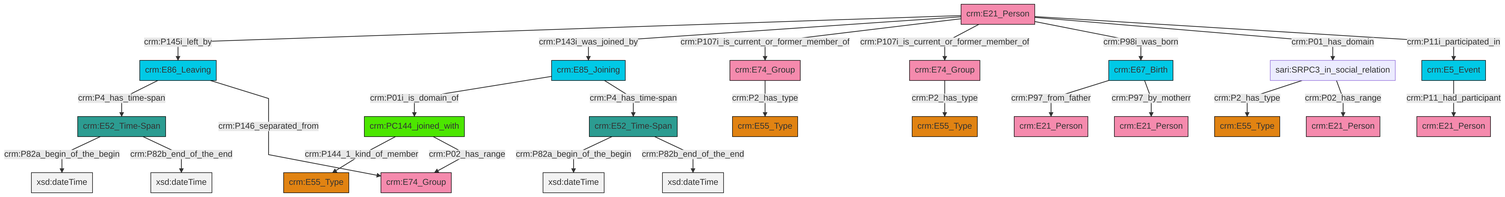
Before: et/personCSV/ttl/mmd/png/Person_Actor_Relations.png, a diagram exported from Mermaid (swiss-art-research-net/docs.swissartresearch). Its source is kept beside it as et/personCSV/ttl/mmd/Person_Actor_Relations.ttl.mmd.
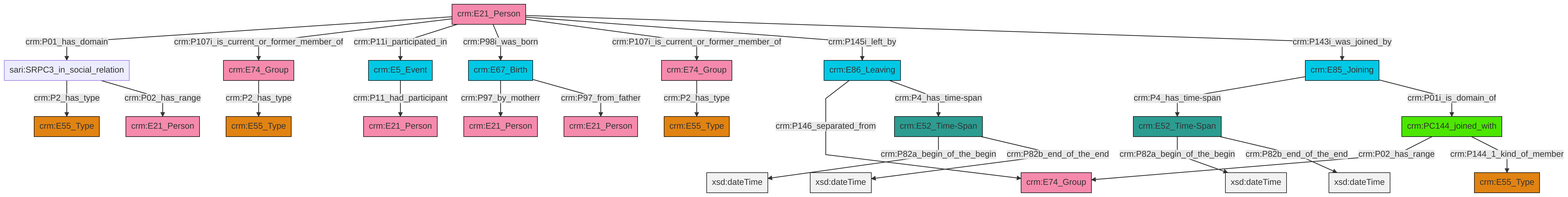
Later version of the same file.

What changed in the source:
```diff
@@ -13,27 +13,27 @@
 classDef PC_Classes fill:#4ce600, stroke:#000000;
 classDef Multi fill:#cccccc,stroke:#000000;
 
-4["crm:E74_Group"]:::Actor -->|crm:P2_has_type| 5["crm:E55_Type"]:::Type
-6["crm:E86_Leaving"]:::Temporal_Entity -->|crm:P4_has_time-span| 7["crm:E52_Time-Span"]:::Time-Span
-10["crm:E67_Birth"]:::Temporal_Entity -->|crm:P97_from_father| 11["crm:E21_Person"]:::Actor
-14["crm:E21_Person"]:::Actor -->|crm:P145i_left_by| 6["crm:E86_Leaving"]:::Temporal_Entity
-15["crm:E85_Joining"]:::Temporal_Entity -->|crm:P01i_is_domain_of| 2["crm:PC144_joined_with"]:::PC_Classes
-14["crm:E21_Person"]:::Actor -->|crm:P143i_was_joined_by| 15["crm:E85_Joining"]:::Temporal_Entity
-15["crm:E85_Joining"]:::Temporal_Entity -->|crm:P4_has_time-span| 17["crm:E52_Time-Span"]:::Time-Span
-21["crm:E5_Event"]:::Temporal_Entity -->|crm:P11_had_participant| 0["crm:E21_Person"]:::Actor
-14["crm:E21_Person"]:::Actor -->|crm:P107i_is_current_or_former_member_of| 22["crm:E74_Group"]:::Actor
-17["crm:E52_Time-Span"]:::Time-Span -->|crm:P82a_begin_of_the_begin| 23[xsd:dateTime]:::Literal
-2["crm:PC144_joined_with"]:::PC_Classes -->|crm:P144_1_kind_of_member| 18["crm:E55_Type"]:::Type
-14["crm:E21_Person"]:::Actor -->|crm:P107i_is_current_or_former_member_of| 4["crm:E74_Group"]:::Actor
-14["crm:E21_Person"]:::Actor -->|crm:P98i_was_born| 10["crm:E67_Birth"]:::Temporal_Entity
-7["crm:E52_Time-Span"]:::Time-Span -->|crm:P82a_begin_of_the_begin| 33[xsd:dateTime]:::Literal
-31["sari:SRPC3_in_social_relation"]:::Default -->|crm:P2_has_type| 29["crm:E55_Type"]:::Type
-7["crm:E52_Time-Span"]:::Time-Span -->|crm:P82b_end_of_the_end| 39[xsd:dateTime]:::Literal
-2["crm:PC144_joined_with"]:::PC_Classes -->|crm:P02_has_range| 24["crm:E74_Group"]:::Actor
-31["sari:SRPC3_in_social_relation"]:::Default -->|crm:P02_has_range| 40["crm:E21_Person"]:::Actor
-10["crm:E67_Birth"]:::Temporal_Entity -->|crm:P97_by_motherr| 8["crm:E21_Person"]:::Actor
-14["crm:E21_Person"]:::Actor -->|crm:P01_has_domain| 31["sari:SRPC3_in_social_relation"]:::Default
-22["crm:E74_Group"]:::Actor -->|crm:P2_has_type| 12["crm:E55_Type"]:::Type
-6["crm:E86_Leaving"]:::Temporal_Entity -->|crm:P146_separated_from| 24["crm:E74_Group"]:::Actor
-17["crm:E52_Time-Span"]:::Time-Span -->|crm:P82b_end_of_the_end| 43[xsd:dateTime]:::Literal
-14["crm:E21_Person"]:::Actor -->|crm:P11i_participated_in| 21["crm:E5_Event"]:::Temporal_Entity
+2["crm:E74_Group"]:::Actor -->|crm:P2_has_type| 6["crm:E55_Type"]:::Type
+7["crm:E21_Person"]:::Actor -->|crm:P01_has_domain| 8["sari:SRPC3_in_social_relation"]:::Default
+9["crm:E86_Leaving"]:::Temporal_Entity -->|crm:P146_separated_from| 0["crm:E74_Group"]:::Actor
+12["crm:E52_Time-Span"]:::Time-Span -->|crm:P82a_begin_of_the_begin| 13[xsd:dateTime]:::Literal
+12["crm:E52_Time-Span"]:::Time-Span -->|crm:P82b_end_of_the_end| 14[xsd:dateTime]:::Literal
+9["crm:E86_Leaving"]:::Temporal_Entity -->|crm:P4_has_time-span| 12["crm:E52_Time-Span"]:::Time-Span
+7["crm:E21_Person"]:::Actor -->|crm:P107i_is_current_or_former_member_of| 19["crm:E74_Group"]:::Actor
+7["crm:E21_Person"]:::Actor -->|crm:P11i_participated_in| 20["crm:E5_Event"]:::Temporal_Entity
+7["crm:E21_Person"]:::Actor -->|crm:P98i_was_born| 22["crm:E67_Birth"]:::Temporal_Entity
+8["sari:SRPC3_in_social_relation"]:::Default -->|crm:P2_has_type| 24["crm:E55_Type"]:::Type
+10["crm:E52_Time-Span"]:::Time-Span -->|crm:P82a_begin_of_the_begin| 25[xsd:dateTime]:::Literal
+7["crm:E21_Person"]:::Actor -->|crm:P107i_is_current_or_former_member_of| 2["crm:E74_Group"]:::Actor
+7["crm:E21_Person"]:::Actor -->|crm:P145i_left_by| 9["crm:E86_Leaving"]:::Temporal_Entity
+22["crm:E67_Birth"]:::Temporal_Entity -->|crm:P97_by_motherr| 26["crm:E21_Person"]:::Actor
+20["crm:E5_Event"]:::Temporal_Entity -->|crm:P11_had_participant| 33["crm:E21_Person"]:::Actor
+4["crm:PC144_joined_with"]:::PC_Classes -->|crm:P02_has_range| 0["crm:E74_Group"]:::Actor
+10["crm:E52_Time-Span"]:::Time-Span -->|crm:P82b_end_of_the_end| 39[xsd:dateTime]:::Literal
+40["crm:E85_Joining"]:::Temporal_Entity -->|crm:P4_has_time-span| 10["crm:E52_Time-Span"]:::Time-Span
+40["crm:E85_Joining"]:::Temporal_Entity -->|crm:P01i_is_domain_of| 4["crm:PC144_joined_with"]:::PC_Classes
+7["crm:E21_Person"]:::Actor -->|crm:P143i_was_joined_by| 40["crm:E85_Joining"]:::Temporal_Entity
+19["crm:E74_Group"]:::Actor -->|crm:P2_has_type| 35["crm:E55_Type"]:::Type
+4["crm:PC144_joined_with"]:::PC_Classes -->|crm:P144_1_kind_of_member| 15["crm:E55_Type"]:::Type
+22["crm:E67_Birth"]:::Temporal_Entity -->|crm:P97_from_father| 17["crm:E21_Person"]:::Actor
+8["sari:SRPC3_in_social_relation"]:::Default -->|crm:P02_has_range| 28["crm:E21_Person"]:::Actor
```
